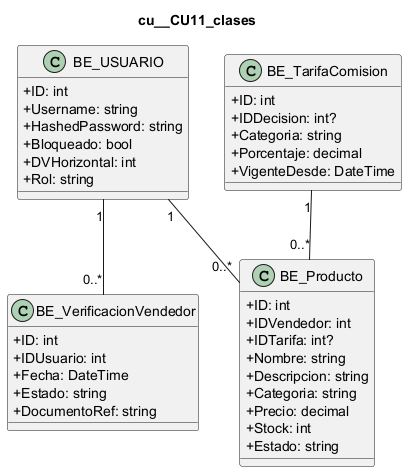
Before: docs/diagramas/uml_png/cu__CU11_clases.png, a diagram exported from PlantUML (L-Muniz/uai-diploma_2026).
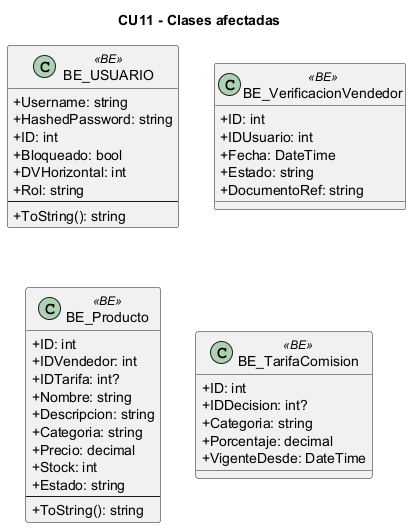
After the commit.

What changed in the source:
```diff
@@ -1,22 +1,24 @@
 @startuml
 skinparam classAttributeIconSize 0
-title cu__CU11_clases
-class "BE_USUARIO" as USUARIO {
-  +ID: int
+title CU11 - Clases afectadas
+class "BE_USUARIO" as BE_USUARIO <<BE>> {
   +Username: string
   +HashedPassword: string
+  +ID: int
   +Bloqueado: bool
   +DVHorizontal: int
   +Rol: string
+  --
+  +ToString(): string
 }
-class "BE_VerificacionVendedor" as VERIFICACION {
+class "BE_VerificacionVendedor" as BE_VerificacionVendedor <<BE>> {
   +ID: int
   +IDUsuario: int
   +Fecha: DateTime
   +Estado: string
   +DocumentoRef: string
 }
-class "BE_Producto" as PRODUCTO {
+class "BE_Producto" as BE_Producto <<BE>> {
   +ID: int
   +IDVendedor: int
   +IDTarifa: int?
@@ -26,15 +28,14 @@
   +Precio: decimal
   +Stock: int
   +Estado: string
+  --
+  +ToString(): string
 }
-class "BE_TarifaComision" as TARIFA {
+class "BE_TarifaComision" as BE_TarifaComision <<BE>> {
   +ID: int
   +IDDecision: int?
   +Categoria: string
   +Porcentaje: decimal
   +VigenteDesde: DateTime
 }
-USUARIO "1" -- "0..*" VERIFICACION
-USUARIO "1" -- "0..*" PRODUCTO
-TARIFA "1" -- "0..*" PRODUCTO
 @enduml
```
